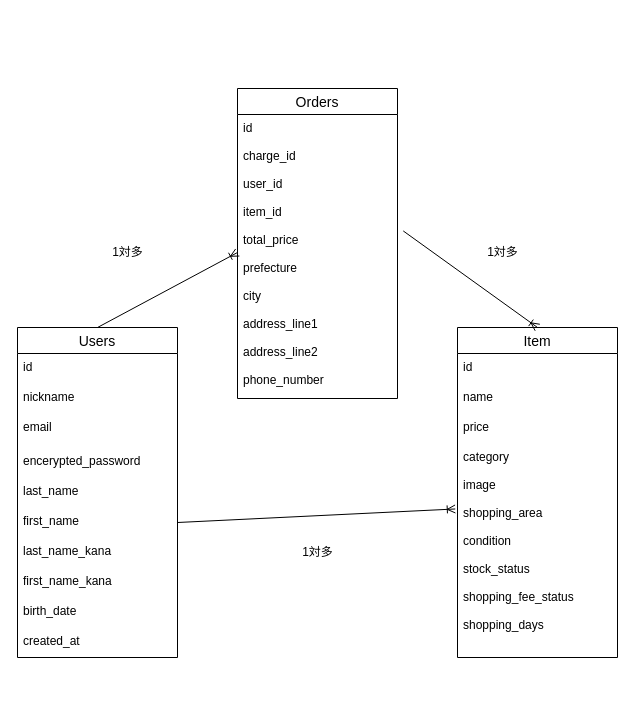
kphayato/furima-41459 keeps this draw.io diagram as test.dio. Above is the earlier version. Source tidied: cells renumbered, new cells numbered last; positions are measured from the earlier drawing's top-left corner, leaving out a move shared by most shapes. Both pictures are drawn from the tidied source at 100%, with x=0, y=0 at pixel (17, 88).
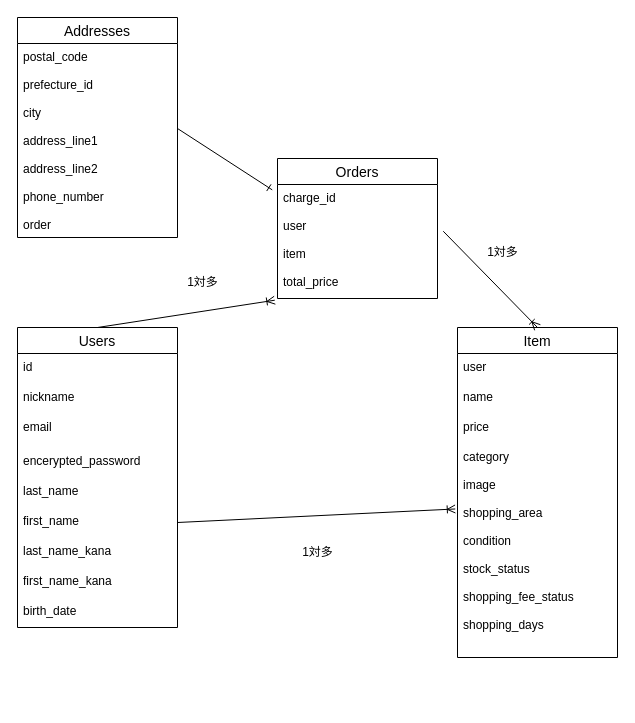
The same page after the edit.

Commit message (it also covers changes not shown here):
README.meとtest.dioの修正

The change refers to these unchanged cells:
```xml
<mxCell id="5" value="Item" style="swimlane;fontStyle=0;horizontal=1;startSize=26;align=center;fontSize=14;" parent="1" vertex="1">
  <mxGeometry x="440" y="239" width="160" height="330" as="geometry" />
</mxCell>
```

The edit, as a diff of the source:
```diff
@@
     <mxCell id="2" value="Users" style="swimlane;fontStyle=0;horizontal=1;startSize=26;align=center;fontSize=14;" parent="1" vertex="1">
-      <mxGeometry y="239" width="160" height="330" as="geometry" />
+      <mxGeometry y="239" width="160" height="300" as="geometry" />
     </mxCell>
@@
     <mxCell id="4" value="nickname" style="text;strokeColor=none;fillColor=none;spacingLeft=4;spacingRight=4;overflow=hidden;fontSize=12;" parent="2" vertex="1">
-      <mxGeometry y="56" width="160" height="274" as="geometry" />
+      <mxGeometry y="56" width="160" height="244" as="geometry" />
     </mxCell>
@@
-    <mxCell id="6" value="id" style="text;strokeColor=none;fillColor=none;spacingLeft=4;spacingRight=4;overflow=hidden;fontSize=12;" parent="5" vertex="1">
+    <mxCell id="6" value="user" style="text;strokeColor=none;fillColor=none;spacingLeft=4;spacingRight=4;overflow=hidden;fontSize=12;" parent="5" vertex="1">
       <mxGeometry y="26" width="160" height="30" as="geometry" />
     </mxCell>
@@
     <mxCell id="10" value="Orders" style="swimlane;fontStyle=0;horizontal=1;startSize=26;align=center;fontSize=14;" parent="1" vertex="1">
-      <mxGeometry x="220" width="160" height="310" as="geometry" />
+      <mxGeometry x="260" y="70" width="160" height="140" as="geometry" />
     </mxCell>
-    <mxCell id="11" value="id&#10;&#10;charge_id&#10;&#10;user_id&#10;&#10;item_id&#10;&#10;total_price&#10;&#10;prefecture&#10;&#10;city&#10;&#10;address_line1&#10;&#10;address_line2&#10;&#10;phone_number&#10;" style="text;strokeColor=none;fillColor=none;spacingLeft=4;spacingRight=4;overflow=hidden;points=[[0,0.5],[1,0.5]];portConstraint=eastwest;fontSize=12;" parent="10" vertex="1">
-      <mxGeometry y="26" width="160" height="284" as="geometry" />
+    <mxCell id="11" value="charge_id&#10;&#10;user&#10;&#10;item&#10;&#10;total_price&#10;" style="text;strokeColor=none;fillColor=none;spacingLeft=4;spacingRight=4;overflow=hidden;points=[[0,0.5],[1,0.5]];portConstraint=eastwest;fontSize=12;" parent="10" vertex="1">
+      <mxGeometry y="26" width="160" height="114" as="geometry" />
     </mxCell>
-    <mxCell id="12" style="edgeStyle=none;html=1;exitX=0.5;exitY=0;exitDx=0;exitDy=0;endArrow=ERoneToMany;endFill=0;" parent="1" edge="1" source="2">
-      <mxGeometry relative="1" as="geometry">
-        <mxPoint x="220" y="164" as="targetPoint" />
-      </mxGeometry>
+    <mxCell id="12" style="edgeStyle=none;html=1;exitX=0.5;exitY=0;exitDx=0;exitDy=0;endArrow=ERoneToMany;endFill=0;entryX=-0.017;entryY=1.015;entryDx=0;entryDy=0;entryPerimeter=0;" parent="1" edge="1" source="2" target="11">
+      <mxGeometry relative="1" as="geometry" />
     </mxCell>
@@
     <mxCell id="14" value="encerypted_password" style="text;strokeColor=none;fillColor=none;spacingLeft=4;spacingRight=4;overflow=hidden;fontSize=12;" parent="1" vertex="1">
-      <mxGeometry y="359" width="160" height="240" as="geometry" />
+      <mxGeometry y="359" width="160" height="185" as="geometry" />
     </mxCell>
     <mxCell id="15" value="email" style="text;strokeColor=none;fillColor=none;spacingLeft=4;spacingRight=4;overflow=hidden;fontSize=12;" parent="1" vertex="1">
-      <mxGeometry y="325" width="160" height="274" as="geometry" />
+      <mxGeometry y="325" width="160" height="209" as="geometry" />
     </mxCell>
@@
-    <mxCell id="21" value="created_at" style="text;strokeColor=none;fillColor=none;spacingLeft=4;spacingRight=4;overflow=hidden;fontSize=12;" parent="1" vertex="1">
-      <mxGeometry y="539" width="160" height="75" as="geometry" />
-    </mxCell>
@@
     <mxCell id="23" value="1対多" style="text;html=1;align=center;verticalAlign=middle;strokeColor=none;fillColor=none;" parent="1" vertex="1">
-      <mxGeometry x="85" y="149" width="50" height="30" as="geometry" />
+      <mxGeometry x="160" y="179" width="50" height="30" as="geometry" />
     </mxCell>
@@
+    <mxCell id="26" value="Addresses" style="swimlane;fontStyle=0;horizontal=1;startSize=26;align=center;fontSize=14;" parent="1" vertex="1">
+      <mxGeometry y="-71" width="160" height="220" as="geometry" />
+    </mxCell>
+    <mxCell id="27" value="postal_code&#10;&#10;prefecture_id&#10;&#10;city&#10;&#10;address_line1&#10;&#10;address_line2&#10;&#10;phone_number&#10;&#10;order" style="text;strokeColor=none;fillColor=none;spacingLeft=4;spacingRight=4;overflow=hidden;fontSize=12;" parent="26" vertex="1">
+      <mxGeometry y="26" width="160" height="194" as="geometry" />
+    </mxCell>
+    <mxCell id="28" style="edgeStyle=none;html=1;exitX=1.036;exitY=0.41;exitDx=0;exitDy=0;entryX=-0.033;entryY=0.047;entryDx=0;entryDy=0;exitPerimeter=0;endArrow=ERone;endFill=0;entryPerimeter=0;" parent="1" edge="1" target="11">
+      <mxGeometry relative="1" as="geometry">
+        <mxPoint x="160" y="40" as="sourcePoint" />
+      </mxGeometry>
+    </mxCell>
```
